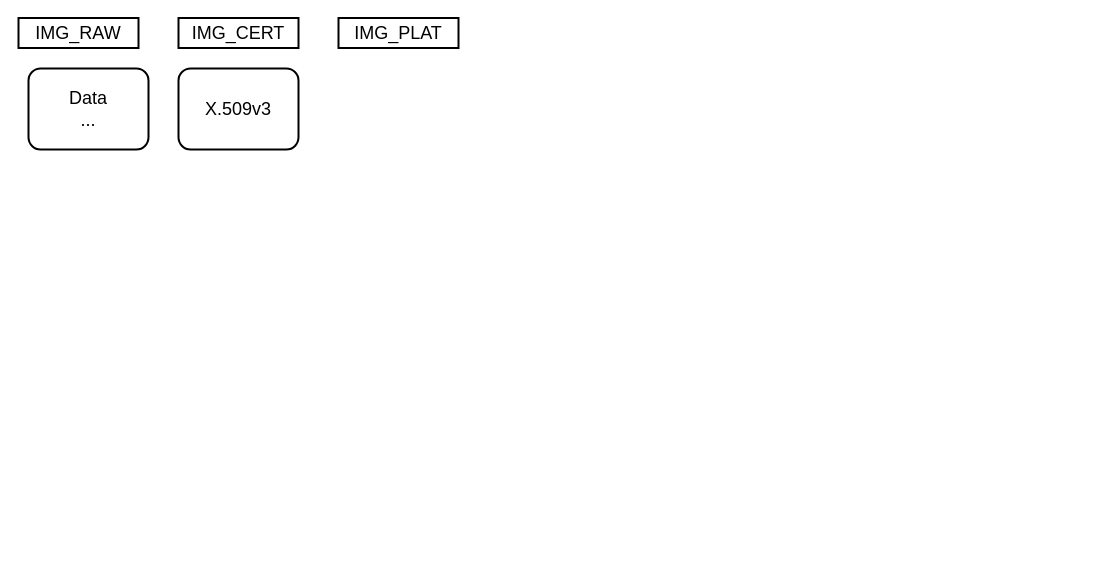
Earlier version of the draw.io diagram page "Image Types" (1 of 12) of mbedx509_parser.drawio (daichin/secureboot). Source tidied: cells renumbered, new cells numbered last; positions are measured from the earlier drawing's top-left corner, leaving out a move shared by most shapes. Both pictures are drawn from the tidied source at 100%, with x=0, y=0 at pixel (18, 18).
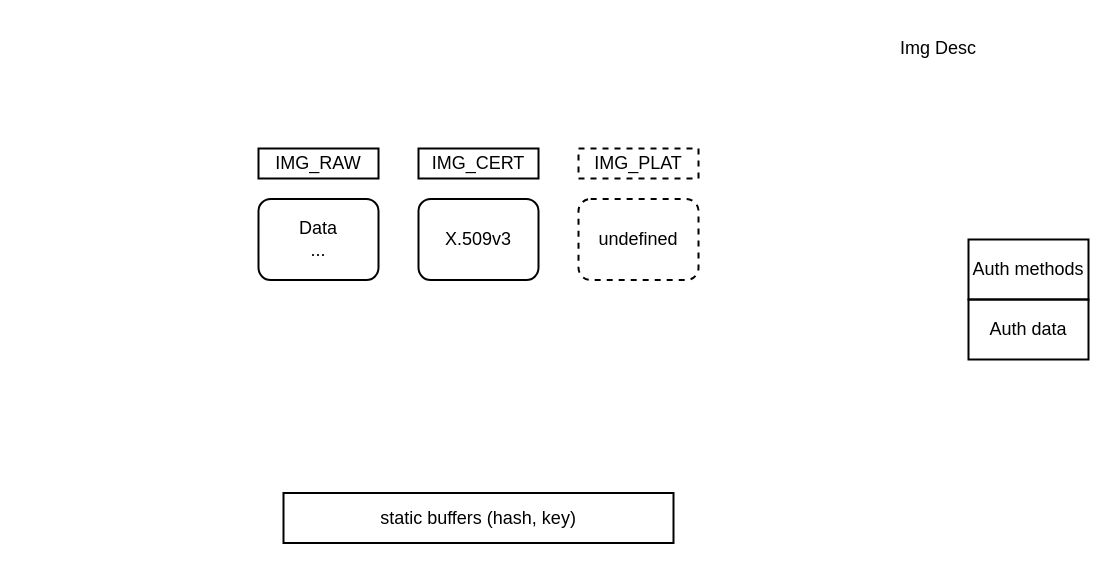
The same page after the edit.

Change to the diagram source:
```diff
@@
 <mxGraphModel>
   <root>
     <mxCell id="0" />
     <mxCell id="1" parent="0" />
+    <mxCell id="7" value="static buffers (hash, key)" style="rounded=0;whiteSpace=wrap;html=1;shadow=0;strokeColor=#000000;strokeWidth=2;fillColor=none;gradientColor=none;fontFamily=Helvetica;fontSize=18;fontColor=#000000;align=center;" parent="1" vertex="1">
+      <mxGeometry x="265" y="474.5" width="390" height="50" as="geometry" />
+    </mxCell>
+    <mxCell id="8" style="group;" parent="1" vertex="1">
+      <mxGeometry x="240" y="130" width="440" height="131.5" as="geometry" />
+    </mxCell>
-    <mxCell id="2" value="IMG_CERT" style="rounded=0;whiteSpace=wrap;html=1;shadow=0;strokeColor=#000000;strokeWidth=2;fillColor=none;gradientColor=none;fontFamily=Helvetica;fontSize=18;fontColor=#000000;align=center;flipV=0;" parent="1" vertex="1">
-      <mxGeometry x="160" y="-0.5" width="120" height="30" as="geometry" />
+    <mxCell id="2" value="IMG_CERT" style="rounded=0;whiteSpace=wrap;html=1;shadow=0;strokeColor=#000000;strokeWidth=2;fillColor=none;gradientColor=none;fontFamily=Helvetica;fontSize=18;fontColor=#000000;align=center;flipV=0;" parent="8" vertex="1">
+      <mxGeometry x="160" width="120" height="30" as="geometry" />
     </mxCell>
-    <mxCell id="3" value="IMG_PLAT" style="rounded=0;whiteSpace=wrap;html=1;shadow=0;strokeColor=#000000;strokeWidth=2;fillColor=none;gradientColor=none;fontFamily=Helvetica;fontSize=18;fontColor=#000000;align=center;flipV=0;" parent="1" vertex="1">
-      <mxGeometry x="320" y="-0.5" width="120" height="30" as="geometry" />
+    <mxCell id="3" value="IMG_PLAT" style="rounded=0;whiteSpace=wrap;html=1;shadow=0;strokeColor=#000000;strokeWidth=2;fillColor=none;gradientColor=none;fontFamily=Helvetica;fontSize=18;fontColor=#000000;align=center;flipV=0;dashed=1;" parent="8" vertex="1">
+      <mxGeometry x="320" width="120" height="30" as="geometry" />
     </mxCell>
-    <mxCell id="4" value="IMG_RAW" style="rounded=0;whiteSpace=wrap;html=1;shadow=0;strokeColor=#000000;strokeWidth=2;fillColor=none;gradientColor=none;fontFamily=Helvetica;fontSize=18;fontColor=#000000;align=center;flipV=0;" parent="1" vertex="1">
-      <mxGeometry y="-0.5" width="120" height="30" as="geometry" />
+    <mxCell id="4" value="IMG_RAW" style="rounded=0;whiteSpace=wrap;html=1;shadow=0;strokeColor=#000000;strokeWidth=2;fillColor=none;gradientColor=none;fontFamily=Helvetica;fontSize=18;fontColor=#000000;align=center;flipV=0;" parent="8" vertex="1">
+      <mxGeometry width="120" height="30" as="geometry" />
     </mxCell>
-    <mxCell id="5" value="X.509v3" style="rounded=1;whiteSpace=wrap;html=1;shadow=0;strokeColor=#000000;strokeWidth=2;fillColor=none;gradientColor=none;fontFamily=Helvetica;fontSize=18;fontColor=#000000;align=center;" parent="1" vertex="1">
-      <mxGeometry x="160" y="50" width="120" height="81" as="geometry" />
+    <mxCell id="5" value="X.509v3" style="rounded=1;whiteSpace=wrap;html=1;shadow=0;strokeColor=#000000;strokeWidth=2;fillColor=none;gradientColor=none;fontFamily=Helvetica;fontSize=18;fontColor=#000000;align=center;" parent="8" vertex="1">
+      <mxGeometry x="160" y="50.5" width="120" height="81" as="geometry" />
     </mxCell>
-    <mxCell id="6" value="Data&lt;br&gt;..." style="rounded=1;whiteSpace=wrap;html=1;shadow=0;strokeColor=#000000;strokeWidth=2;fillColor=none;gradientColor=none;fontFamily=Helvetica;fontSize=18;fontColor=#000000;align=center;" parent="1" vertex="1">
-      <mxGeometry x="10" y="50" width="120" height="81" as="geometry" />
+    <mxCell id="6" value="Data&lt;br&gt;..." style="rounded=1;whiteSpace=wrap;html=1;shadow=0;strokeColor=#000000;strokeWidth=2;fillColor=none;gradientColor=none;fontFamily=Helvetica;fontSize=18;fontColor=#000000;align=center;" parent="8" vertex="1">
+      <mxGeometry y="50.5" width="120" height="81" as="geometry" />
     </mxCell>
+    <mxCell id="9" value="undefined" style="rounded=1;whiteSpace=wrap;html=1;shadow=0;strokeColor=#000000;strokeWidth=2;fillColor=none;gradientColor=none;fontFamily=Helvetica;fontSize=18;fontColor=#000000;align=center;dashed=1;" parent="8" vertex="1">
+      <mxGeometry x="320" y="50.5" width="120" height="81" as="geometry" />
+    </mxCell>
+    <mxCell id="10" value="Auth methods" style="rounded=0;whiteSpace=wrap;html=1;shadow=0;strokeColor=#000000;strokeWidth=2;fillColor=none;gradientColor=none;fontFamily=Helvetica;fontSize=18;fontColor=#000000;align=center;" parent="1" vertex="1">
+      <mxGeometry x="950" y="221" width="120" height="60" as="geometry" />
+    </mxCell>
+    <mxCell id="11" value="Img Desc" style="text;html=1;strokeColor=none;fillColor=none;align=center;verticalAlign=middle;whiteSpace=wrap;rounded=0;shadow=0;fontFamily=Helvetica;fontSize=18;fontColor=#000000;" parent="1" vertex="1">
+      <mxGeometry x="880" y="20" width="80" height="20" as="geometry" />
+    </mxCell>
+    <mxCell id="12" value="Auth data" style="rounded=0;whiteSpace=wrap;html=1;shadow=0;strokeColor=#000000;strokeWidth=2;fillColor=none;gradientColor=none;fontFamily=Helvetica;fontSize=18;fontColor=#000000;align=center;" parent="1" vertex="1">
+      <mxGeometry x="950" y="281" width="120" height="60" as="geometry" />
+    </mxCell>
   </root>
 </mxGraphModel>
```
